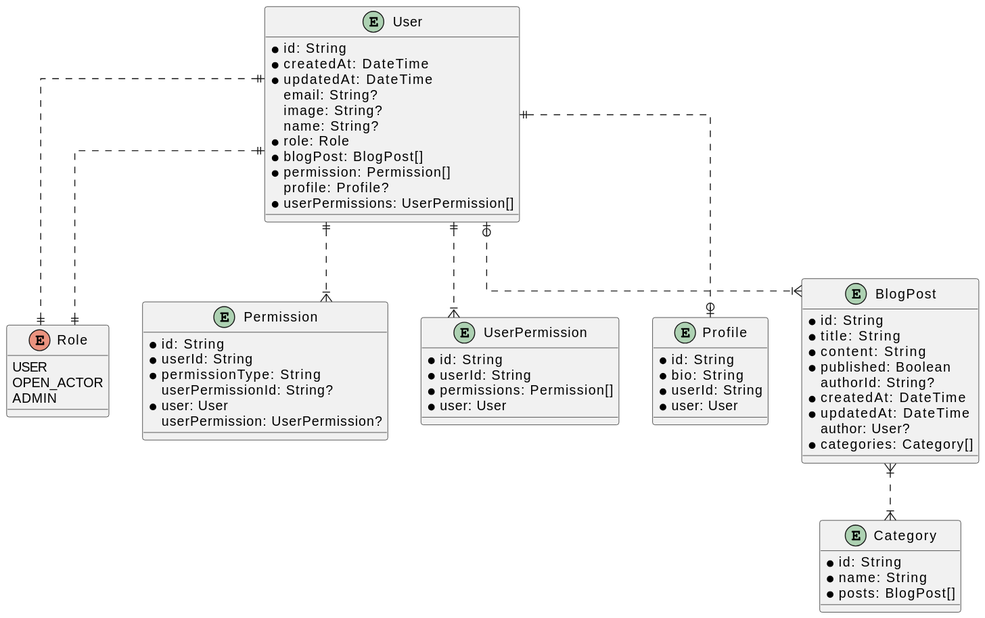
Earlier version of the PlantUML export db.svg (odedindi/Civil-Democracy).
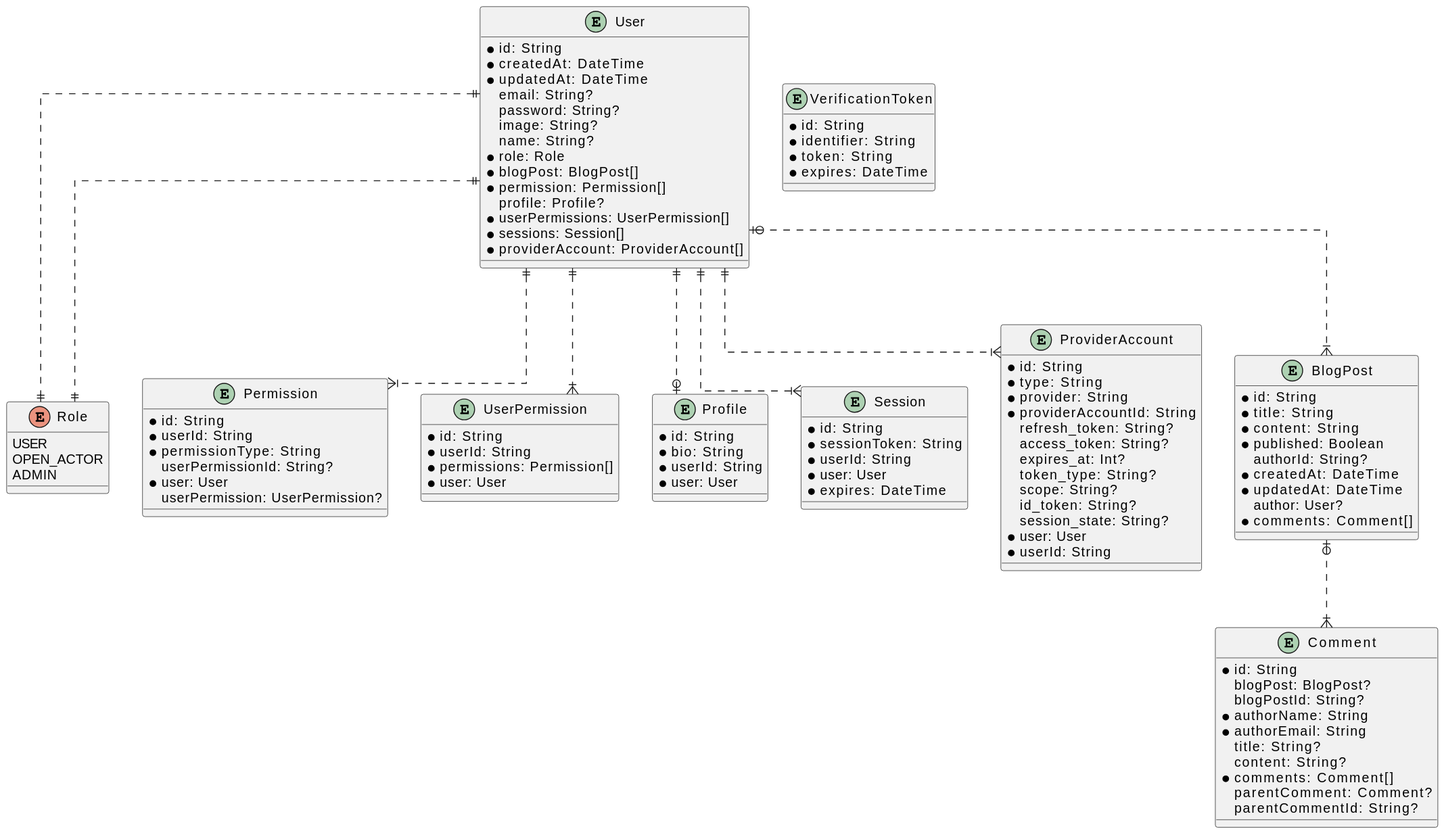
After the change.

Change to the diagram source:
```diff
@@ -12,6 +12,7 @@
   * createdAt: DateTime
   * updatedAt: DateTime
   email: String?
+  password: String?
   image: String?
   name: String?
   * role: Role
@@ -19,6 +20,8 @@
   * permission: Permission[]
   profile: Profile?
   * userPermissions: UserPermission[]
+  * sessions: Session[]
+  * providerAccount: ProviderAccount[]
 }
 
 entity Permission {
@@ -44,6 +47,37 @@
   * user: User
 }
 
+entity Session {
+  * id: String
+  * sessionToken: String
+  * userId: String
+  * user: User
+  * expires: DateTime
+}
+
+entity ProviderAccount {
+  * id: String
+  * type: String
+  * provider: String
+  * providerAccountId: String
+  refresh_token: String?
+  access_token: String?
+  expires_at: Int?
+  token_type: String?
+  scope: String?
+  id_token: String?
+  session_state: String?
+  * user: User
+  * userId: String
+}
+
+entity VerificationToken {
+  * id: String
+  * identifier: String
+  * token: String
+  * expires: DateTime
+}
+
 entity BlogPost {
   * id: String
   * title: String
@@ -53,20 +87,29 @@
   * createdAt: DateTime
   * updatedAt: DateTime
   author: User?
-  * categories: Category[]
+  * comments: Comment[]
 }
 
-entity Category {
+entity Comment {
   * id: String
-  * name: String
-  * posts: BlogPost[]
+  blogPost: BlogPost?
+  blogPostId: String?
+  * authorName: String
+  * authorEmail: String
+  title: String?
+  content: String?
+  * comments: Comment[]
+  parentComment: Comment?
+  parentCommentId: String?
 }
 
 User ||..|| Role
 User ||..|{ Permission
 User ||..|{ UserPermission
 User ||..o| Profile
+User ||..|{ Session
+User ||..|{ ProviderAccount
 User |o..|{ BlogPost
-BlogPost }|..|{ Category
+BlogPost |o..|{ Comment
 User ||..|| Role
 @enduml
```
